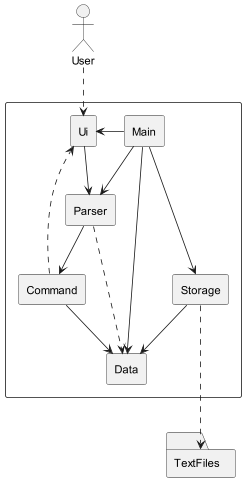
Above: docs/images/ArchitectureDiagram.png in nus-cs2113-AY2324S1/tp (PlantUML), before the change.
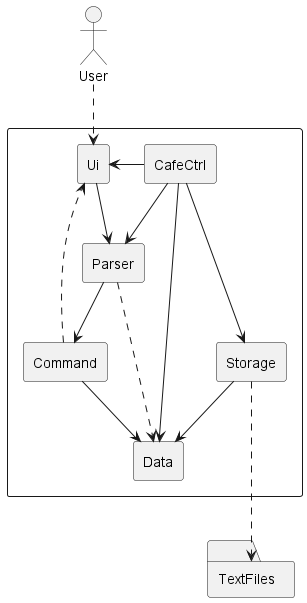
Above is the later version.

Commit message:
Update DG architecture sequence diagram and AboutUs photo

Change to the diagram source:
```diff
@@ -6,7 +6,7 @@
 rectangle Ui
 rectangle Parser
 rectangle Command
-rectangle Main
+rectangle CafeCtrl
 rectangle Data
 rectangle Storage
 }
@@ -21,10 +21,10 @@
 Command ..> Ui
 Storage --> Data
 Storage ...> TextFiles
-Ui <- Main
-Main --> Parser
-Main --> Data
-Main --> Storage
+Ui <- CafeCtrl
+CafeCtrl --> Parser
+CafeCtrl --> Data
+CafeCtrl --> Storage
 
 
 @enduml
```
